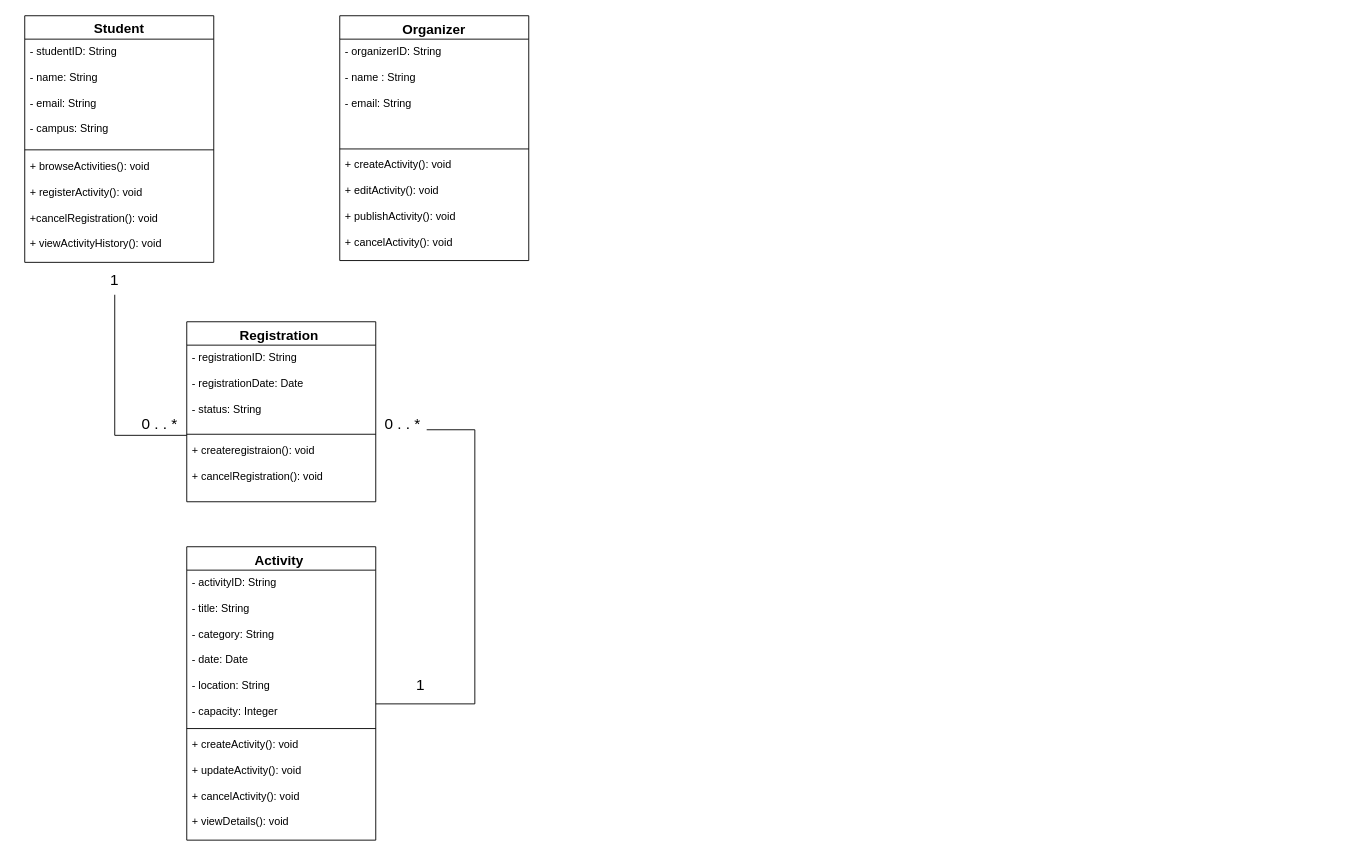
Earlier version of the draw.io diagram Task 6 - UML Class Diagram_.drawio (Jaanaa0/IT353-project). Source tidied: cells renumbered, new cells numbered last; positions are measured from the earlier drawing's top-left corner, leaving out a move shared by most shapes. Both pictures are drawn from the tidied source at 90%, with x=0, y=0 at pixel (24, 15).
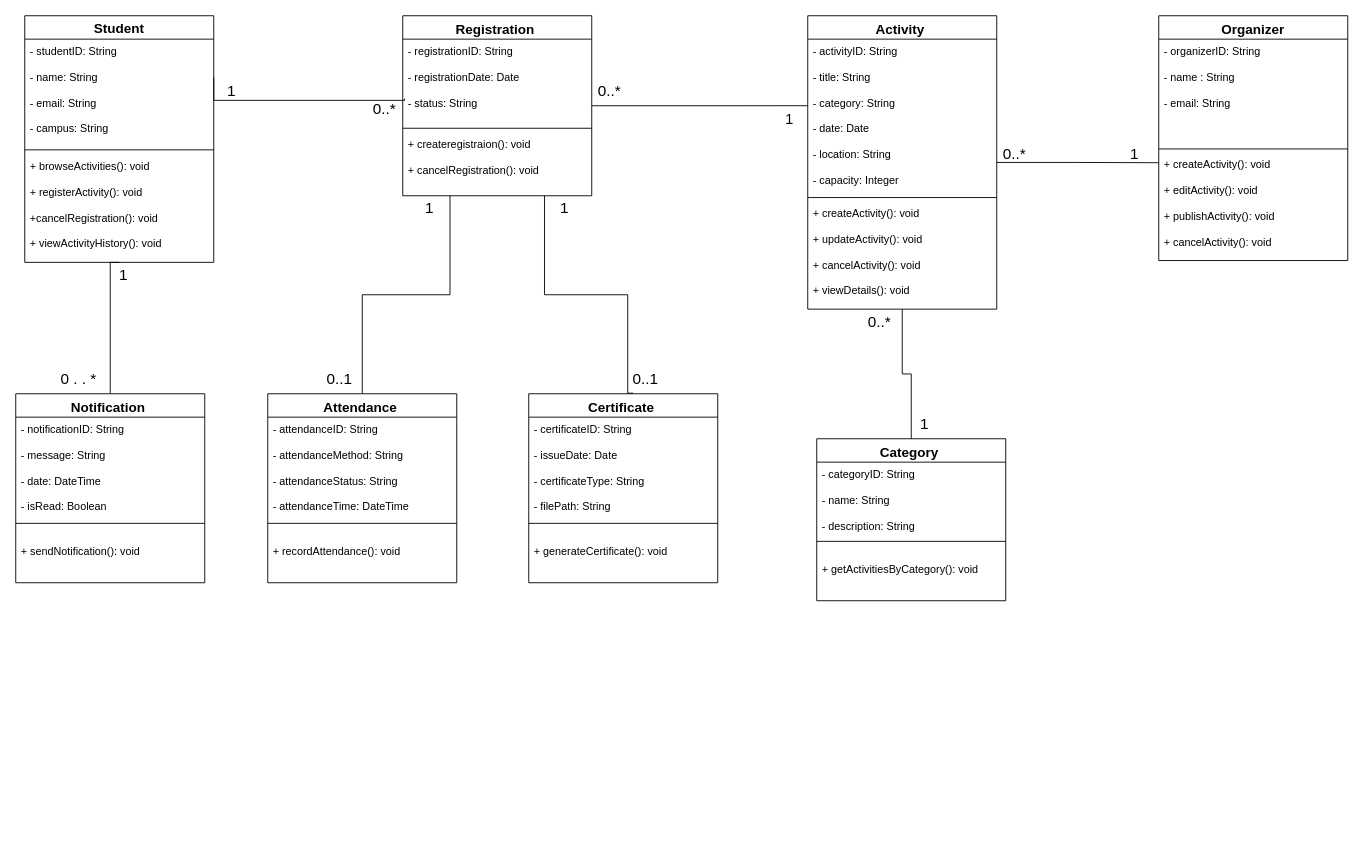
Above is the later version.

Commit message:
Update UML class diagram - Part 2

Unchanged cells that the change refers to:
```xml
<mxCell id="2" value="&lt;div style=&quot;line-height: 140%;&quot;&gt;&lt;font style=&quot;font-size: 15px;&quot;&gt;Student&lt;/font&gt;&lt;/div&gt;" style="swimlane;fontStyle=1;align=center;verticalAlign=top;horizontal=1;startSize=26;whiteSpace=wrap;html=1;" parent="1" vertex="1">
  <mxGeometry width="210" height="274" as="geometry" />
</mxCell>
<mxCell id="11" value="- activityID: String&amp;nbsp;&lt;div&gt;&lt;br&gt;&lt;/div&gt;&lt;div&gt;- title: String&amp;nbsp;&lt;/div&gt;&lt;div&gt;&lt;br&gt;&lt;/div&gt;&lt;div&gt;- category: String&lt;/div&gt;&lt;div&gt;&lt;br&gt;&lt;/div&gt;&lt;div&gt;- date: Date&amp;nbsp;&lt;/div&gt;&lt;div&gt;&lt;br&gt;&lt;/div&gt;&lt;div&gt;- location: String&amp;nbsp;&lt;/div&gt;&lt;div&gt;&lt;br&gt;&lt;/div&gt;&lt;div&gt;- capacity: Integer&amp;nbsp;&lt;/div&gt;&lt;div&gt;&lt;br&gt;&lt;/div&gt;&lt;div&gt;&amp;nbsp;&lt;/div&gt;&lt;div&gt;&lt;br&gt;&lt;/div&gt;&lt;div&gt;&amp;nbsp;&lt;/div&gt;" style="text;strokeColor=none;fillColor=none;align=left;verticalAlign=top;spacingLeft=4;spacingRight=4;overflow=hidden;points=[[0,0.5],[1,0.5]];portConstraint=eastwest;whiteSpace=wrap;html=1;" parent="10" vertex="1">
  <mxGeometry y="26" width="210" height="172" as="geometry" />
</mxCell>
<mxCell id="15" value="- registrationID: String&amp;nbsp;&lt;div&gt;&lt;br&gt;&lt;/div&gt;&lt;div&gt;- registrationDate: Date&lt;/div&gt;&lt;div&gt;&lt;br&gt;&lt;/div&gt;&lt;div&gt;- status: String&amp;nbsp;&lt;/div&gt;" style="text;strokeColor=none;fillColor=none;align=left;verticalAlign=top;spacingLeft=4;spacingRight=4;overflow=hidden;points=[[0,0.5],[1,0.5]];portConstraint=eastwest;whiteSpace=wrap;html=1;" parent="14" vertex="1">
  <mxGeometry y="26" width="210" height="95" as="geometry" />
</mxCell>
```

What changed in the source:
```diff
@@
+    <mxCell id="25" style="edgeStyle=orthogonalEdgeStyle;rounded=0;jettySize=auto;html=1;exitX=0.5;exitY=1;exitDx=0;exitDy=0;entryX=0.5;entryY=0;entryDx=0;entryDy=0;endArrow=none;endFill=0;" parent="1" edge="1" source="2" target="40">
+      <mxGeometry relative="1" as="geometry">
+        <Array as="points">
+          <mxPoint x="95" y="274" />
+        </Array>
+      </mxGeometry>
+    </mxCell>
@@
     <mxCell id="6" value="&lt;font style=&quot;font-size: 15px;&quot;&gt;Organizer&lt;/font&gt;" style="swimlane;fontStyle=1;align=center;verticalAlign=top;horizontal=1;startSize=26;whiteSpace=wrap;html=1;" parent="1" vertex="1">
-      <mxGeometry x="350" width="210" height="272" as="geometry" />
+      <mxGeometry x="1260" width="210" height="272" as="geometry" />
     </mxCell>
@@
+    <mxCell id="26" style="edgeStyle=orthogonalEdgeStyle;rounded=0;jettySize=auto;html=1;exitX=0.5;exitY=1;exitDx=0;exitDy=0;entryX=0.5;entryY=0;entryDx=0;entryDy=0;endArrow=none;endFill=0;" parent="1" edge="1" source="10" target="36">
+      <mxGeometry relative="1" as="geometry" />
+    </mxCell>
     <mxCell id="10" value="&lt;font style=&quot;font-size: 15px;&quot;&gt;Activity&amp;nbsp;&lt;/font&gt;" style="swimlane;fontStyle=1;align=center;verticalAlign=top;horizontal=1;startSize=26;whiteSpace=wrap;html=1;" parent="1" vertex="1">
-      <mxGeometry x="180" y="590" width="210" height="326" as="geometry" />
+      <mxGeometry x="870" width="210" height="326" as="geometry" />
     </mxCell>
@@
+    <mxCell id="27" style="edgeStyle=orthogonalEdgeStyle;rounded=0;jettySize=auto;html=1;exitX=0.25;exitY=1;exitDx=0;exitDy=0;entryX=0.5;entryY=0;entryDx=0;entryDy=0;endArrow=none;endFill=0;" parent="1" edge="1" source="14" target="28">
+      <mxGeometry relative="1" as="geometry" />
+    </mxCell>
     <mxCell id="14" value="&lt;font style=&quot;font-size: 15px;&quot;&gt;Registration&amp;nbsp;&lt;/font&gt;" style="swimlane;fontStyle=1;align=center;verticalAlign=top;horizontal=1;startSize=26;whiteSpace=wrap;html=1;" parent="1" vertex="1">
-      <mxGeometry x="180" y="340" width="210" height="200" as="geometry" />
+      <mxGeometry x="420" width="210" height="200" as="geometry" />
     </mxCell>
@@
-    <mxCell id="18" style="edgeStyle=orthogonalEdgeStyle;rounded=0;jettySize=auto;html=1;exitX=0.5;exitY=1;exitDx=0;exitDy=0;endArrow=none;endFill=0;entryX=0.022;entryY=1.055;entryDx=0;entryDy=0;entryPerimeter=0;" parent="1" edge="1" source="19">
-      <mxGeometry relative="1" as="geometry">
-        <mxPoint x="180" y="466.2" as="targetPoint" />
-        <Array as="points">
-          <mxPoint x="100.1" y="466.2" />
-        </Array>
-      </mxGeometry>
-    </mxCell>
     <mxCell id="19" value="&lt;font style=&quot;font-size: 17px;&quot;&gt;1&lt;/font&gt;" style="text;html=1;whiteSpace=wrap;strokeColor=none;fillColor=none;align=center;verticalAlign=middle;rounded=0;" parent="1" vertex="1">
-      <mxGeometry x="70" y="280" width="60" height="30" as="geometry" />
+      <mxGeometry x="80" y="274" width="60" height="30" as="geometry" />
     </mxCell>
     <mxCell id="20" value="&lt;font style=&quot;font-size: 17px;&quot;&gt;0 . . *&lt;/font&gt;" style="text;html=1;whiteSpace=wrap;strokeColor=none;fillColor=none;align=center;verticalAlign=middle;rounded=0;" parent="1" vertex="1">
-      <mxGeometry x="120" y="440" width="60" height="30" as="geometry" />
+      <mxGeometry x="30" y="390" width="60" height="30" as="geometry" />
     </mxCell>
@@
-    <mxCell id="22" style="edgeStyle=orthogonalEdgeStyle;rounded=0;orthogonalLoop=1;jettySize=auto;html=1;exitX=1;exitY=0.5;exitDx=0;exitDy=0;endArrow=none;endFill=0;entryX=1.016;entryY=0.835;entryDx=0;entryDy=0;entryPerimeter=0;" parent="1" edge="1">
-      <mxGeometry relative="1" as="geometry">
-        <mxPoint x="446.6" y="460" as="sourcePoint" />
-        <mxPoint x="390" y="764.6" as="targetPoint" />
-        <Array as="points">
-          <mxPoint x="500.1" y="460.1" />
-          <mxPoint x="500.1" y="764.6" />
-        </Array>
-      </mxGeometry>
-    </mxCell>
-    <mxCell id="23" value="&lt;font style=&quot;font-size: 17px;&quot;&gt;0 . . *&lt;/font&gt;" style="text;html=1;whiteSpace=wrap;strokeColor=none;fillColor=none;align=center;verticalAlign=middle;rounded=0;" parent="1" vertex="1">
-      <mxGeometry x="390" y="440" width="60" height="30" as="geometry" />
-    </mxCell>
-    <mxCell id="24" value="&lt;font style=&quot;font-size: 17px;&quot;&gt;1&lt;/font&gt;" style="text;html=1;whiteSpace=wrap;strokeColor=none;fillColor=none;align=center;verticalAlign=middle;rounded=0;" parent="1" vertex="1">
-      <mxGeometry x="410" y="730" width="60" height="30" as="geometry" />
-    </mxCell>
+    <mxCell id="28" value="&lt;font style=&quot;font-size: 15px;&quot;&gt;Attendance&amp;nbsp;&lt;/font&gt;" style="swimlane;fontStyle=1;align=center;verticalAlign=top;horizontal=1;startSize=26;whiteSpace=wrap;html=1;" parent="1" vertex="1">
+      <mxGeometry x="270" y="420" width="210" height="210" as="geometry" />
+    </mxCell>
+    <mxCell id="29" value="- attendanceID: String&amp;nbsp;&lt;div&gt;&lt;br&gt;&lt;/div&gt;&lt;div&gt;- attendanceMethod: String&lt;/div&gt;&lt;div&gt;&lt;br&gt;&lt;/div&gt;&lt;div&gt;- attendanceStatus: String&amp;nbsp;&lt;/div&gt;&lt;div&gt;&lt;br&gt;&lt;/div&gt;&lt;div&gt;- attendanceTime: DateTime&amp;nbsp;&lt;/div&gt;" style="text;strokeColor=none;fillColor=none;align=left;verticalAlign=top;spacingLeft=4;spacingRight=4;overflow=hidden;whiteSpace=wrap;html=1;" parent="28" vertex="1">
+      <mxGeometry y="26" width="210" height="114" as="geometry" />
+    </mxCell>
+    <mxCell id="30" style="line;strokeWidth=1;fillColor=none;align=left;verticalAlign=middle;spacingTop=-1;spacingLeft=3;spacingRight=3;labelPosition=right;strokeColor=inherit;" parent="28" vertex="1">
+      <mxGeometry y="140" width="210" height="8" as="geometry" />
+    </mxCell>
+    <mxCell id="31" value="&lt;div&gt;&lt;br&gt;&lt;/div&gt;&lt;div&gt;+ recordAttendance(): void&amp;nbsp;&lt;/div&gt;" style="text;strokeColor=none;fillColor=none;align=left;verticalAlign=top;spacingLeft=4;spacingRight=4;overflow=hidden;whiteSpace=wrap;html=1;" parent="28" vertex="1">
+      <mxGeometry y="148" width="210" height="62" as="geometry" />
+    </mxCell>
+    <mxCell id="32" value="&lt;font style=&quot;font-size: 15px;&quot;&gt;Certificate&amp;nbsp;&lt;/font&gt;" style="swimlane;fontStyle=1;align=center;verticalAlign=top;horizontal=1;startSize=26;whiteSpace=wrap;html=1;" parent="1" vertex="1">
+      <mxGeometry x="560" y="420" width="210" height="210" as="geometry" />
+    </mxCell>
+    <mxCell id="33" value="- certificateID: String&amp;nbsp;&lt;div&gt;&lt;br&gt;&lt;/div&gt;&lt;div&gt;- issueDate: Date&amp;nbsp;&lt;/div&gt;&lt;div&gt;&lt;br&gt;&lt;/div&gt;&lt;div&gt;- certificateType: String&amp;nbsp;&lt;/div&gt;&lt;div&gt;&lt;br&gt;&lt;/div&gt;&lt;div&gt;- filePath: String&amp;nbsp;&lt;/div&gt;" style="text;strokeColor=none;fillColor=none;align=left;verticalAlign=top;spacingLeft=4;spacingRight=4;overflow=hidden;whiteSpace=wrap;html=1;" parent="32" vertex="1">
+      <mxGeometry y="26" width="210" height="114" as="geometry" />
+    </mxCell>
+    <mxCell id="34" style="line;strokeWidth=1;fillColor=none;align=left;verticalAlign=middle;spacingTop=-1;spacingLeft=3;spacingRight=3;labelPosition=right;strokeColor=inherit;" parent="32" vertex="1">
+      <mxGeometry y="140" width="210" height="8" as="geometry" />
+    </mxCell>
+    <mxCell id="35" value="&lt;div&gt;&lt;br&gt;&lt;/div&gt;&lt;div&gt;+ generateCertificate(): void&amp;nbsp;&lt;/div&gt;" style="text;strokeColor=none;fillColor=none;align=left;verticalAlign=top;spacingLeft=4;spacingRight=4;overflow=hidden;whiteSpace=wrap;html=1;" parent="32" vertex="1">
+      <mxGeometry y="148" width="210" height="62" as="geometry" />
+    </mxCell>
+    <mxCell id="36" value="&lt;font style=&quot;font-size: 15px;&quot;&gt;Category&amp;nbsp;&lt;/font&gt;" style="swimlane;fontStyle=1;align=center;verticalAlign=top;horizontal=1;startSize=26;whiteSpace=wrap;html=1;" parent="1" vertex="1">
+      <mxGeometry x="880" y="470" width="210" height="180" as="geometry" />
+    </mxCell>
+    <mxCell id="37" value="- categoryID: String&lt;div&gt;&lt;br&gt;&lt;/div&gt;&lt;div&gt;- name: String&amp;nbsp;&lt;/div&gt;&lt;div&gt;&lt;br&gt;&lt;/div&gt;&lt;div&gt;- description: String&amp;nbsp;&lt;/div&gt;" style="text;strokeColor=none;fillColor=none;align=left;verticalAlign=top;spacingLeft=4;spacingRight=4;overflow=hidden;whiteSpace=wrap;html=1;" parent="36" vertex="1">
+      <mxGeometry y="26" width="210" height="84" as="geometry" />
+    </mxCell>
+    <mxCell id="38" style="line;strokeWidth=1;fillColor=none;align=left;verticalAlign=middle;spacingTop=-1;spacingLeft=3;spacingRight=3;labelPosition=right;strokeColor=inherit;" parent="36" vertex="1">
+      <mxGeometry y="110" width="210" height="8" as="geometry" />
+    </mxCell>
+    <mxCell id="39" value="&lt;div&gt;&lt;br&gt;&lt;/div&gt;&lt;div&gt;+ getActivitiesByCategory(): void&amp;nbsp;&lt;/div&gt;" style="text;strokeColor=none;fillColor=none;align=left;verticalAlign=top;spacingLeft=4;spacingRight=4;overflow=hidden;whiteSpace=wrap;html=1;" parent="36" vertex="1">
+      <mxGeometry y="118" width="210" height="62" as="geometry" />
+    </mxCell>
+    <mxCell id="40" value="&lt;span style=&quot;font-size: 15px;&quot;&gt;Notification&amp;nbsp;&lt;/span&gt;" style="swimlane;fontStyle=1;align=center;verticalAlign=top;horizontal=1;startSize=26;whiteSpace=wrap;html=1;" parent="1" vertex="1">
+      <mxGeometry x="-10" y="420" width="210" height="210" as="geometry" />
+    </mxCell>
+    <mxCell id="41" value="- notificationID: String&amp;nbsp;&lt;div&gt;&lt;br&gt;&lt;/div&gt;&lt;div&gt;- message: String&lt;/div&gt;&lt;div&gt;&lt;br&gt;&lt;/div&gt;&lt;div&gt;- date: DateTime&lt;/div&gt;&lt;div&gt;&lt;br&gt;&lt;/div&gt;&lt;div&gt;- isRead: Boolean&lt;/div&gt;" style="text;strokeColor=none;fillColor=none;align=left;verticalAlign=top;spacingLeft=4;spacingRight=4;overflow=hidden;whiteSpace=wrap;html=1;" parent="40" vertex="1">
+      <mxGeometry y="26" width="210" height="114" as="geometry" />
+    </mxCell>
+    <mxCell id="42" style="line;strokeWidth=1;fillColor=none;align=left;verticalAlign=middle;spacingTop=-1;spacingLeft=3;spacingRight=3;labelPosition=right;strokeColor=inherit;" parent="40" vertex="1">
+      <mxGeometry y="140" width="210" height="8" as="geometry" />
+    </mxCell>
+    <mxCell id="43" value="&lt;div&gt;&lt;br&gt;&lt;/div&gt;&lt;div&gt;+ sendNotification(): void&amp;nbsp;&lt;/div&gt;" style="text;strokeColor=none;fillColor=none;align=left;verticalAlign=top;spacingLeft=4;spacingRight=4;overflow=hidden;whiteSpace=wrap;html=1;" parent="40" vertex="1">
+      <mxGeometry y="148" width="210" height="62" as="geometry" />
+    </mxCell>
+    <mxCell id="44" value="&lt;font style=&quot;font-size: 17px;&quot;&gt;1&lt;/font&gt;" style="text;html=1;whiteSpace=wrap;strokeColor=none;fillColor=none;align=center;verticalAlign=middle;rounded=0;" parent="1" vertex="1">
+      <mxGeometry x="420" y="200" width="60" height="30" as="geometry" />
+    </mxCell>
+    <mxCell id="45" value="&lt;font style=&quot;font-size: 17px;&quot;&gt;0..1&lt;/font&gt;" style="text;html=1;whiteSpace=wrap;strokeColor=none;fillColor=none;align=center;verticalAlign=middle;rounded=0;" parent="1" vertex="1">
+      <mxGeometry x="320" y="390" width="60" height="30" as="geometry" />
+    </mxCell>
+    <mxCell id="46" style="edgeStyle=orthogonalEdgeStyle;rounded=0;jettySize=auto;html=1;exitX=0.75;exitY=1;exitDx=0;exitDy=0;entryX=0.552;entryY=-0.003;entryDx=0;entryDy=0;entryPerimeter=0;endArrow=none;endFill=0;" parent="1" edge="1" source="14" target="32">
+      <mxGeometry relative="1" as="geometry">
+        <Array as="points">
+          <mxPoint x="577.5" y="310" />
+          <mxPoint x="670" y="310" />
+          <mxPoint x="670" y="419.4" />
+        </Array>
+      </mxGeometry>
+    </mxCell>
+    <mxCell id="47" value="&lt;font style=&quot;font-size: 17px;&quot;&gt;1&lt;/font&gt;" style="text;html=1;whiteSpace=wrap;strokeColor=none;fillColor=none;align=center;verticalAlign=middle;rounded=0;" parent="1" vertex="1">
+      <mxGeometry x="570" y="200" width="60" height="30" as="geometry" />
+    </mxCell>
+    <mxCell id="48" value="&lt;font style=&quot;font-size: 17px;&quot;&gt;0..1&lt;/font&gt;" style="text;html=1;whiteSpace=wrap;strokeColor=none;fillColor=none;align=center;verticalAlign=middle;rounded=0;" parent="1" vertex="1">
+      <mxGeometry x="660" y="390" width="60" height="30" as="geometry" />
+    </mxCell>
+    <mxCell id="49" value="&lt;font style=&quot;font-size: 17px;&quot;&gt;0..*&lt;/font&gt;" style="text;html=1;whiteSpace=wrap;strokeColor=none;fillColor=none;align=center;verticalAlign=middle;rounded=0;" parent="1" vertex="1">
+      <mxGeometry x="920" y="326" width="60" height="30" as="geometry" />
+    </mxCell>
+    <mxCell id="50" value="&lt;font style=&quot;font-size: 17px;&quot;&gt;1&lt;/font&gt;" style="text;html=1;whiteSpace=wrap;strokeColor=none;fillColor=none;align=center;verticalAlign=middle;rounded=0;" parent="1" vertex="1">
+      <mxGeometry x="970" y="440" width="60" height="30" as="geometry" />
+    </mxCell>
+    <mxCell id="51" style="edgeStyle=orthogonalEdgeStyle;rounded=0;jettySize=auto;html=1;exitX=1;exitY=0.25;exitDx=0;exitDy=0;entryX=0.01;entryY=0.695;entryDx=0;entryDy=0;entryPerimeter=0;endArrow=none;endFill=0;" parent="1" edge="1" source="2" target="15">
+      <mxGeometry relative="1" as="geometry">
+        <Array as="points">
+          <mxPoint x="210" y="94" />
+          <mxPoint x="422.1" y="94" />
+        </Array>
+      </mxGeometry>
+    </mxCell>
+    <mxCell id="52" value="&lt;font style=&quot;font-size: 17px;&quot;&gt;1&lt;/font&gt;" style="text;html=1;whiteSpace=wrap;strokeColor=none;fillColor=none;align=center;verticalAlign=middle;rounded=0;" parent="1" vertex="1">
+      <mxGeometry x="200" y="70" width="60" height="30" as="geometry" />
+    </mxCell>
+    <mxCell id="53" value="&lt;font style=&quot;font-size: 17px;&quot;&gt;0..*&lt;/font&gt;" style="text;html=1;whiteSpace=wrap;strokeColor=none;fillColor=none;align=center;verticalAlign=middle;rounded=0;" parent="1" vertex="1">
+      <mxGeometry x="370" y="90" width="60" height="30" as="geometry" />
+    </mxCell>
+    <mxCell id="54" style="edgeStyle=orthogonalEdgeStyle;rounded=0;jettySize=auto;html=1;exitX=1;exitY=0.5;exitDx=0;exitDy=0;entryX=0;entryY=0.43;entryDx=0;entryDy=0;entryPerimeter=0;endArrow=none;endFill=0;" parent="1" edge="1" source="14" target="11">
+      <mxGeometry relative="1" as="geometry" />
+    </mxCell>
+    <mxCell id="55" value="&lt;font style=&quot;font-size: 17px;&quot;&gt;0..*&lt;/font&gt;" style="text;html=1;whiteSpace=wrap;strokeColor=none;fillColor=none;align=center;verticalAlign=middle;rounded=0;" parent="1" vertex="1">
+      <mxGeometry x="620" y="70" width="60" height="30" as="geometry" />
+    </mxCell>
+    <mxCell id="56" value="&lt;font style=&quot;font-size: 16px;&quot;&gt;1&lt;/font&gt;" style="text;html=1;whiteSpace=wrap;strokeColor=none;fillColor=none;align=center;verticalAlign=middle;rounded=0;" parent="1" vertex="1">
+      <mxGeometry x="820" y="100" width="60" height="30" as="geometry" />
+    </mxCell>
+    <mxCell id="57" style="edgeStyle=orthogonalEdgeStyle;rounded=0;jettySize=auto;html=1;exitX=1;exitY=0.5;exitDx=0;exitDy=0;endArrow=none;endFill=0;" parent="1" edge="1" source="10">
+      <mxGeometry relative="1" as="geometry">
+        <mxPoint x="1260" y="163.3" as="targetPoint" />
+      </mxGeometry>
+    </mxCell>
+    <mxCell id="58" value="&lt;span style=&quot;font-size: 17px;&quot;&gt;0..*&lt;/span&gt;" style="text;html=1;whiteSpace=wrap;strokeColor=none;fillColor=none;align=center;verticalAlign=middle;rounded=0;" parent="1" vertex="1">
+      <mxGeometry x="1070" y="140" width="60" height="30" as="geometry" />
+    </mxCell>
+    <mxCell id="59" value="&lt;span style=&quot;white-space: pre;&quot;&gt;&#9;&lt;/span&gt;&lt;font style=&quot;font-size: 17px;&quot;&gt;1&lt;/font&gt;" style="text;html=1;whiteSpace=wrap;strokeColor=none;fillColor=none;align=center;verticalAlign=middle;rounded=0;" parent="1" vertex="1">
+      <mxGeometry x="1190" y="140" width="60" height="30" as="geometry" />
+    </mxCell>
```
